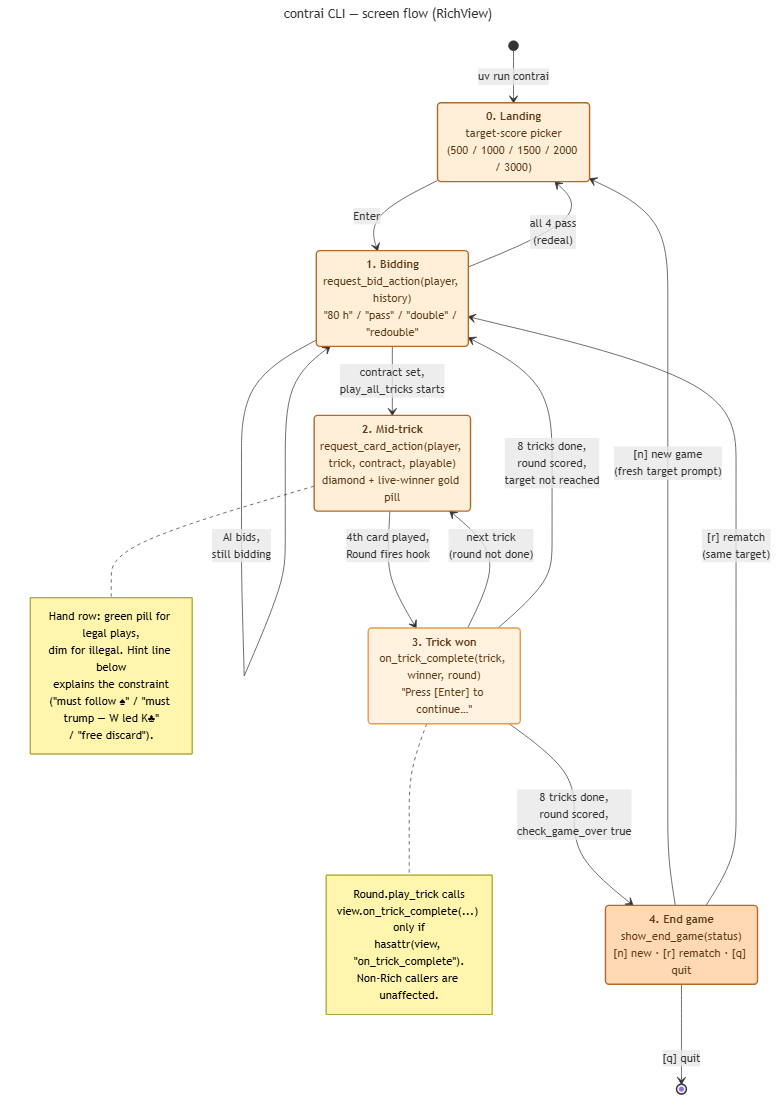
Above: docs/diagrams/state_cli_screens.png in valmathieu/ContrAI (Mermaid), before the change. Its source is kept beside it as docs/diagrams/state_cli_screens.mmd. Source of this version:
```mermaid
---
title: contrai CLI — screen flow (RichView)
---
stateDiagram-v2
    direction TB

    [*] --> Landing : uv run contrai

    Landing : <b>0. Landing</b><br/>target-score picker<br/>(500 / 1000 / 1500 / 2000 / 3000)
    Bidding : <b>1. Bidding</b><br/>request_bid_action(player, history)<br/>"80 h" / "pass" / "double" / "redouble"
    MidTrick : <b>2. Mid-trick</b><br/>request_card_action(player, trick, contract, playable)<br/>diamond + live-winner gold pill
    TrickWon : <b>3. Trick won</b><br/>on_trick_complete(trick, winner, round)<br/>"Press [Enter] to continue…"
    EndGame : <b>4. End game</b><br/>show_end_game(status)<br/>[n] new · [r] rematch · [q] quit

    Landing --> Bidding : Enter
    Bidding --> Bidding : AI bids,<br/>still bidding
    Bidding --> Landing : all 4 pass<br/>(redeal)
    Bidding --> MidTrick : contract set,<br/>play_all_tricks starts
    MidTrick --> TrickWon : 4th card played,<br/>Round fires hook
    TrickWon --> MidTrick : next trick<br/>(round not done)
    TrickWon --> Bidding : 8 tricks done,<br/>round scored,<br/>target not reached
    TrickWon --> EndGame : 8 tricks done,<br/>round scored,<br/>check_game_over true

    EndGame --> Landing : [n] new game<br/>(fresh target prompt)
    EndGame --> Bidding : [r] rematch<br/>(same target)
    EndGame --> [*] : [q] quit

    note right of MidTrick
        Hand row: green pill for legal plays,
        dim for illegal. Hint line below
        explains the constraint
        ("must follow ♠" / "must trump — W led K♣"
        / "free discard").
    end note

    note right of TrickWon
        Round.play_trick calls
        view.on_trick_complete(...) only if
        hasattr(view, "on_trick_complete").
        Non-Rich callers are unaffected.
    end note

    classDef screen0 fill:#FFEFD9,stroke:#B26A28,stroke-width:2px,color:#5C3A14;
    classDef screen1 fill:#FFEFD9,stroke:#B26A28,stroke-width:2px,color:#5C3A14;
    classDef screen2 fill:#FFEFD9,stroke:#B26A28,stroke-width:2px,color:#5C3A14;
    classDef screen3 fill:#FFF3E0,stroke:#E89A4F,stroke-width:2px,color:#5C3A14;
    classDef screen4 fill:#FFD9B3,stroke:#B26A28,stroke-width:2px,color:#5C3A14;

    class Landing screen0
    class Bidding screen1
    class MidTrick screen2
    class TrickWon screen3
    class EndGame screen4
```
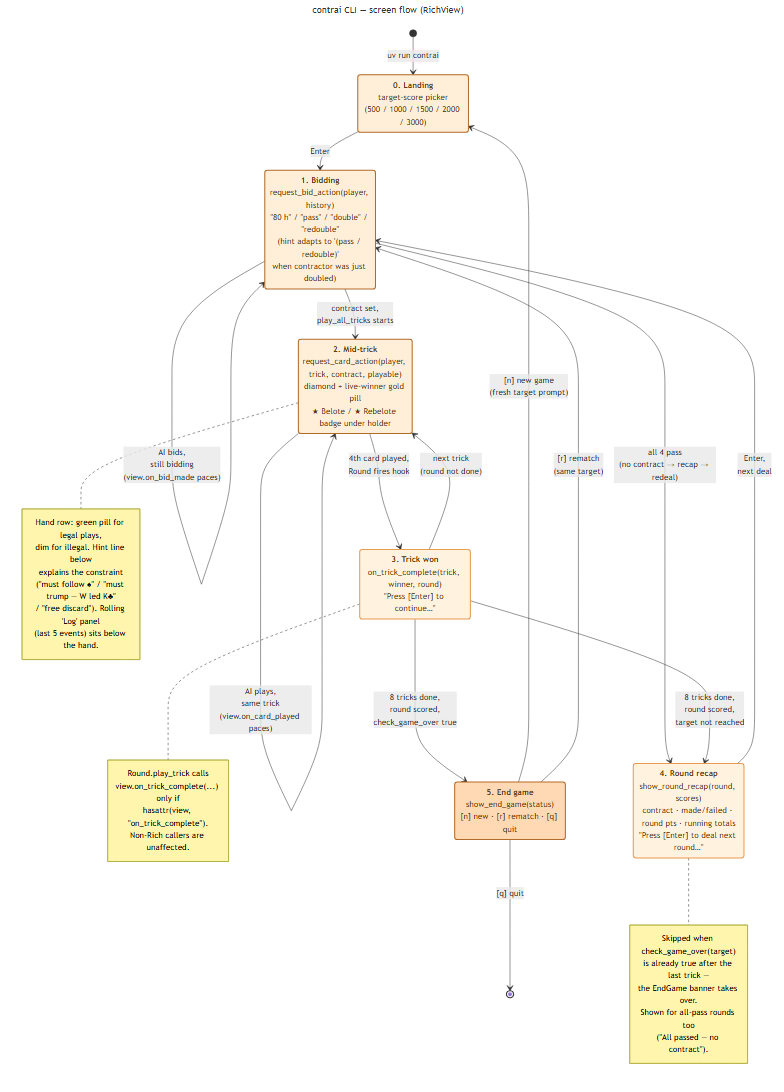
Later version of the same file.

Change to the diagram source:
```diff
@@ -7,19 +7,22 @@
     [*] --> Landing : uv run contrai
 
     Landing : <b>0. Landing</b><br/>target-score picker<br/>(500 / 1000 / 1500 / 2000 / 3000)
-    Bidding : <b>1. Bidding</b><br/>request_bid_action(player, history)<br/>"80 h" / "pass" / "double" / "redouble"
-    MidTrick : <b>2. Mid-trick</b><br/>request_card_action(player, trick, contract, playable)<br/>diamond + live-winner gold pill
+    Bidding : <b>1. Bidding</b><br/>request_bid_action(player, history)<br/>"80 h" / "pass" / "double" / "redouble"<br/>(hint adapts to '(pass / redouble)'<br/>when contractor was just doubled)
+    MidTrick : <b>2. Mid-trick</b><br/>request_card_action(player, trick, contract, playable)<br/>diamond + live-winner gold pill<br/>★ Belote / ★ Rebelote badge under holder
     TrickWon : <b>3. Trick won</b><br/>on_trick_complete(trick, winner, round)<br/>"Press [Enter] to continue…"
-    EndGame : <b>4. End game</b><br/>show_end_game(status)<br/>[n] new · [r] rematch · [q] quit
+    RoundRecap : <b>4. Round recap</b><br/>show_round_recap(round, scores)<br/>contract · made/failed · round pts · running totals<br/>"Press [Enter] to deal next round…"
+    EndGame : <b>5. End game</b><br/>show_end_game(status)<br/>[n] new · [r] rematch · [q] quit
 
     Landing --> Bidding : Enter
-    Bidding --> Bidding : AI bids,<br/>still bidding
-    Bidding --> Landing : all 4 pass<br/>(redeal)
+    Bidding --> Bidding : AI bids,<br/>still bidding<br/>(view.on_bid_made paces)
+    Bidding --> RoundRecap : all 4 pass<br/>(no contract → recap → redeal)
     Bidding --> MidTrick : contract set,<br/>play_all_tricks starts
+    MidTrick --> MidTrick : AI plays,<br/>same trick<br/>(view.on_card_played paces)
     MidTrick --> TrickWon : 4th card played,<br/>Round fires hook
     TrickWon --> MidTrick : next trick<br/>(round not done)
-    TrickWon --> Bidding : 8 tricks done,<br/>round scored,<br/>target not reached
+    TrickWon --> RoundRecap : 8 tricks done,<br/>round scored,<br/>target not reached
     TrickWon --> EndGame : 8 tricks done,<br/>round scored,<br/>check_game_over true
+    RoundRecap --> Bidding : Enter,<br/>next deal
 
     EndGame --> Landing : [n] new game<br/>(fresh target prompt)
     EndGame --> Bidding : [r] rematch<br/>(same target)
@@ -30,7 +33,8 @@
         dim for illegal. Hint line below
         explains the constraint
         ("must follow ♠" / "must trump — W led K♣"
-        / "free discard").
+        / "free discard"). Rolling 'Log' panel
+        (last 5 events) sits below the hand.
     end note
 
     note right of TrickWon
@@ -40,14 +44,24 @@
         Non-Rich callers are unaffected.
     end note
 
+    note right of RoundRecap
+        Skipped when check_game_over(target)
+        is already true after the last trick —
+        the EndGame banner takes over.
+        Shown for all-pass rounds too
+        ("All passed — no contract").
+    end note
+
     classDef screen0 fill:#FFEFD9,stroke:#B26A28,stroke-width:2px,color:#5C3A14;
     classDef screen1 fill:#FFEFD9,stroke:#B26A28,stroke-width:2px,color:#5C3A14;
     classDef screen2 fill:#FFEFD9,stroke:#B26A28,stroke-width:2px,color:#5C3A14;
     classDef screen3 fill:#FFF3E0,stroke:#E89A4F,stroke-width:2px,color:#5C3A14;
-    classDef screen4 fill:#FFD9B3,stroke:#B26A28,stroke-width:2px,color:#5C3A14;
+    classDef screen4 fill:#FFF3E0,stroke:#E89A4F,stroke-width:2px,color:#5C3A14;
+    classDef screen5 fill:#FFD9B3,stroke:#B26A28,stroke-width:2px,color:#5C3A14;
 
     class Landing screen0
     class Bidding screen1
     class MidTrick screen2
     class TrickWon screen3
-    class EndGame screen4
+    class RoundRecap screen4
+    class EndGame screen5
```
